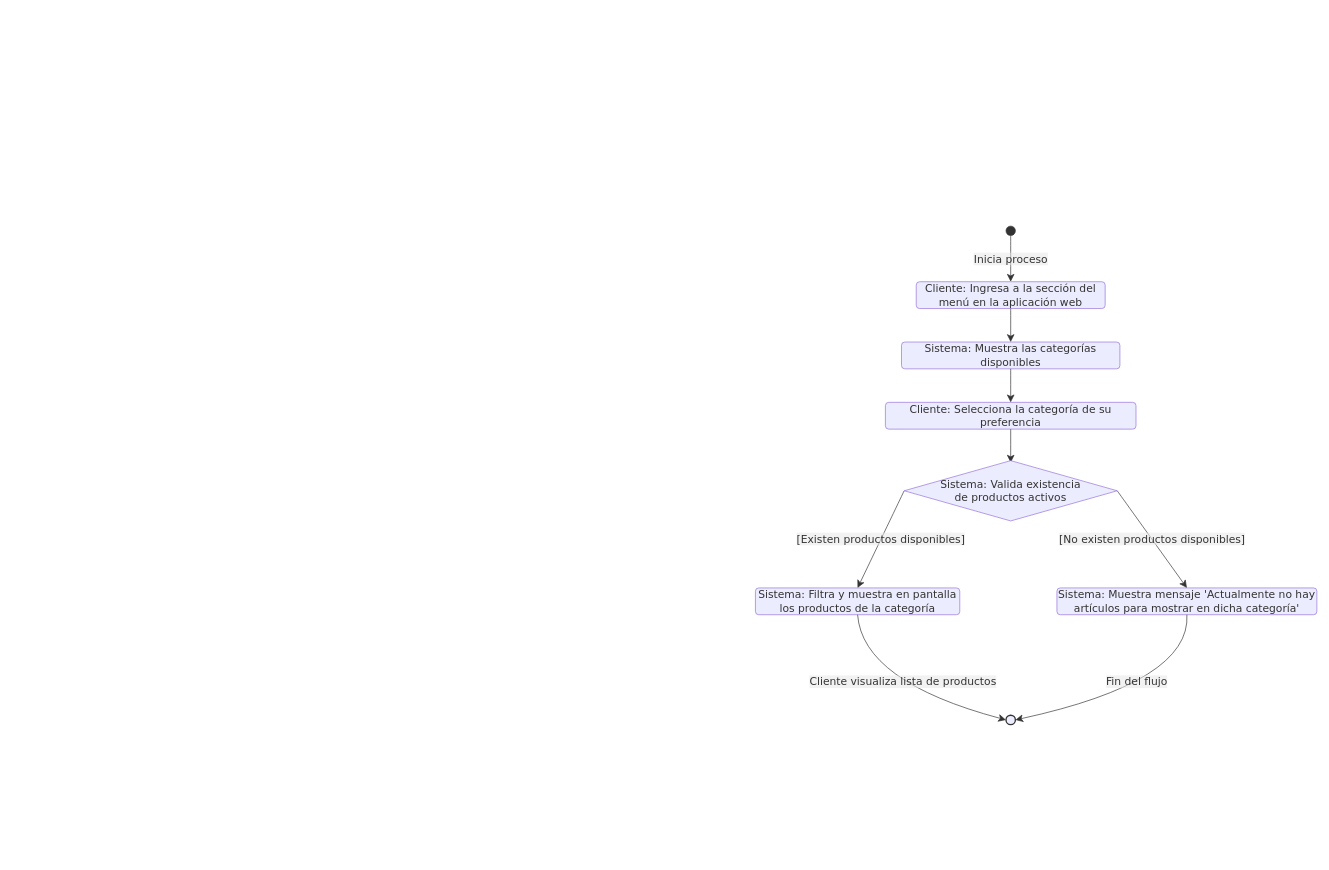
The draw.io diagram page "RF01" (1 of 14) of documentacion/Diagramas/Diagramas Casos de Uso.drawio in CanelaFeliz/ProyectoPPI115, before the edit. Source tidied: cells renumbered, new cells numbered last; positions are measured from the earlier drawing's top-left corner, leaving out a move shared by most shapes. Both pictures are drawn from the tidied source at 67%, with x=0, y=0 at pixel (755, 226).
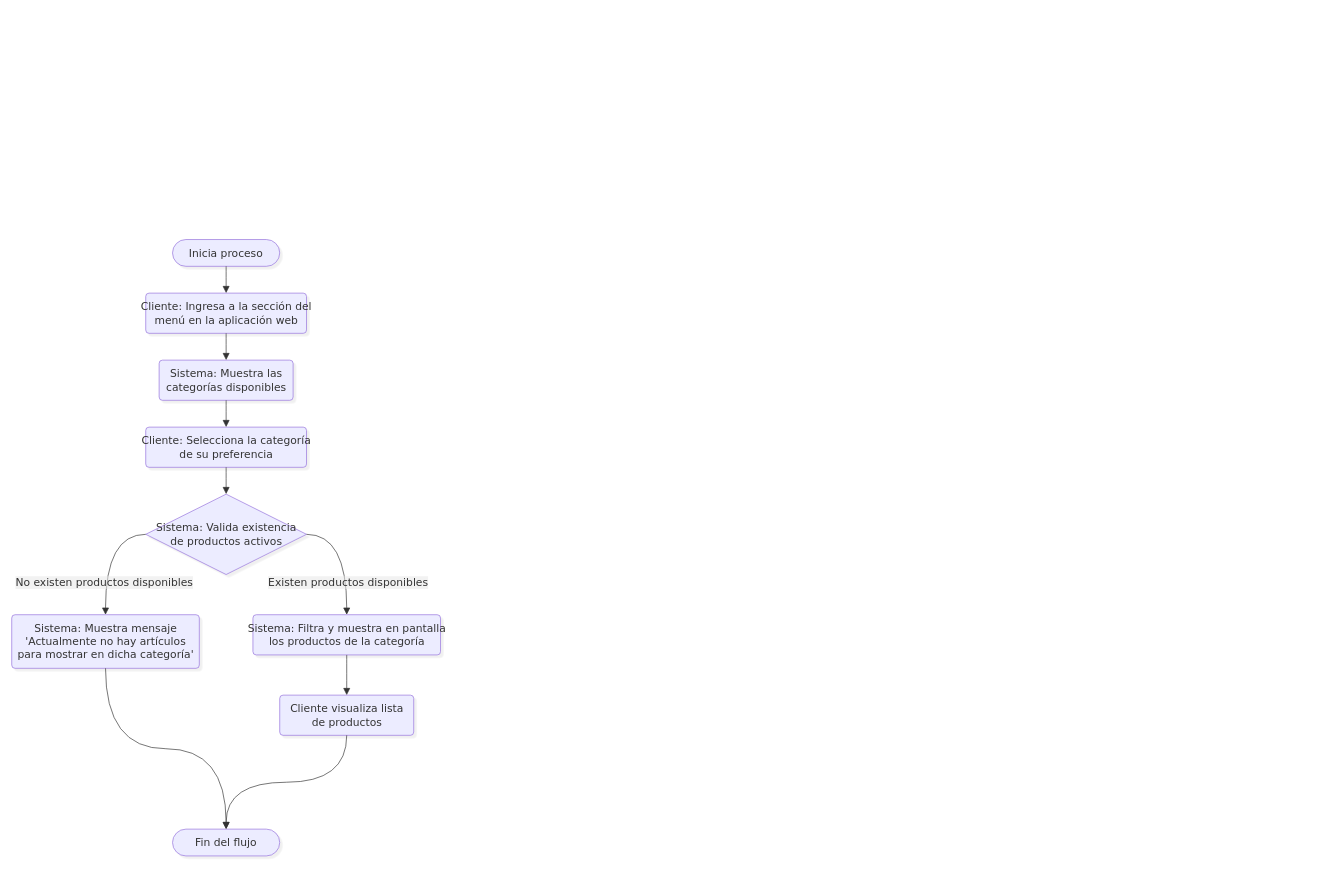
The same page after the edit.

Change to the diagram source:
```diff
@@
-    <mxCell id="2" style="group;" parent="1" vertex="1">
-      <mxGeometry width="838" height="744" as="geometry" />
-    </mxCell>
-    <mxCell id="3" style="ellipse;html=1;fillColor=light-dark(#333333,#cccccc);strokeColor=light-dark(#333333,#cccccc);fontColor=light-dark(#333333,#cccccc);fontFamily=Trebuchet MS,Verdana,Arial,sans-serif;fontSize=16;" parent="2" vertex="1">
-      <mxGeometry x="374" width="14" height="14" as="geometry" />
-    </mxCell>
+    <mxCell id="19" style="group;transparentBounds=1;editIcon=1;lockedGroup=0;groupPadding=10;" parent="1" vertex="1">
+      <mxGeometry x="-190" y="-320" as="geometry" />
+    </mxCell>
+    <mxCell id="10" value="Inicia proceso" style="html=1;rounded=1;whiteSpace=wrap;arcSize=50;strokeWidth=1;fillColor=light-dark(#ECECFF,#1f2020);strokeColor=light-dark(#9370DB,#cccccc);fontColor=light-dark(#333333,#cccccc);fontFamily=Trebuchet MS,Verdana,Arial,sans-serif;fontSize=16;shadow=1;shadowColor=#000000;shadowOffsetX=4;shadowOffsetY=4;shadowBlur=0;shadowOpacity=6;" parent="19" vertex="1">
+      <mxGeometry x="-680" y="340" width="160" height="40" as="geometry" />
+    </mxCell>
-    <mxCell id="4" value="Cliente: Ingresa a la sección del&lt;div&gt;menú en la aplicación web&lt;/div&gt;" style="rounded=1;absoluteArcSize=1;arcSize=10;html=1;whiteSpace=wrap;strokeWidth=1;fillColor=light-dark(#ECECFF,#1f2020);strokeColor=light-dark(#9370DB,#cccccc);fontColor=light-dark(#333333,#cccccc);fontFamily=Trebuchet MS,Verdana,Arial,sans-serif;fontSize=16;" parent="2" vertex="1">
-      <mxGeometry x="240" y="83" width="282" height="40" as="geometry" />
+    <mxCell id="4" value="Cliente: Ingresa a la sección del&lt;br&gt;menú en la aplicación web" style="rounded=1;absoluteArcSize=1;arcSize=10;strokeWidth=1;fillColor=light-dark(#ECECFF,#1f2020);strokeColor=light-dark(#9370DB,#cccccc);fontColor=light-dark(#333333,#cccccc);fontFamily=Trebuchet MS,Verdana,Arial,sans-serif;fontSize=16;shadow=1;shadowColor=#000000;shadowOffsetX=4;shadowOffsetY=4;shadowBlur=0;shadowOpacity=6;labelWidth=120;align=center;html=1;" parent="19" vertex="1">
+      <mxGeometry x="-720" y="420" width="240" height="60" as="geometry" />
     </mxCell>
-    <mxCell id="5" value="Sistema: Muestra las categorías disponibles" style="rounded=1;absoluteArcSize=1;arcSize=10;html=1;whiteSpace=wrap;strokeWidth=1;fillColor=light-dark(#ECECFF,#1f2020);strokeColor=light-dark(#9370DB,#cccccc);fontColor=light-dark(#333333,#cccccc);fontFamily=Trebuchet MS,Verdana,Arial,sans-serif;fontSize=16;" parent="2" vertex="1">
-      <mxGeometry x="218" y="173" width="326" height="40" as="geometry" />
+    <mxCell id="5" value="Sistema: Muestra las&lt;br&gt;categorías disponibles" style="rounded=1;absoluteArcSize=1;arcSize=10;html=1;strokeWidth=1;fillColor=light-dark(#ECECFF,#1f2020);strokeColor=light-dark(#9370DB,#cccccc);fontColor=light-dark(#333333,#cccccc);fontFamily=Trebuchet MS,Verdana,Arial,sans-serif;fontSize=16;shadow=1;shadowColor=#000000;shadowOffsetX=4;shadowOffsetY=4;shadowBlur=0;shadowOpacity=6;labelWidth=120;" parent="19" vertex="1">
+      <mxGeometry x="-700" y="520" width="200" height="60" as="geometry" />
     </mxCell>
-    <mxCell id="6" value="Cliente: Selecciona la categoría de su preferencia" style="rounded=1;absoluteArcSize=1;arcSize=10;html=1;whiteSpace=wrap;strokeWidth=1;fillColor=light-dark(#ECECFF,#1f2020);strokeColor=light-dark(#9370DB,#cccccc);fontColor=light-dark(#333333,#cccccc);fontFamily=Trebuchet MS,Verdana,Arial,sans-serif;fontSize=16;" parent="2" vertex="1">
-      <mxGeometry x="194" y="263" width="374" height="40" as="geometry" />
+    <mxCell id="6" value="Cliente: Selecciona la categoría&lt;br&gt;de su preferencia" style="rounded=1;absoluteArcSize=1;arcSize=10;html=1;strokeWidth=1;fillColor=light-dark(#ECECFF,#1f2020);strokeColor=light-dark(#9370DB,#cccccc);fontColor=light-dark(#333333,#cccccc);fontFamily=Trebuchet MS,Verdana,Arial,sans-serif;fontSize=16;shadow=1;shadowColor=#000000;shadowOffsetX=4;shadowOffsetY=4;shadowBlur=0;shadowOpacity=6;labelWidth=120;" parent="19" vertex="1">
+      <mxGeometry x="-720" y="620" width="240" height="60" as="geometry" />
     </mxCell>
+    <mxCell id="18" value="Sistema: Valida existencia&lt;br&gt;de productos activos" style="rhombus;html=1;strokeWidth=1;fillColor=light-dark(#ECECFF,#1f2020);strokeColor=light-dark(#9370DB,#cccccc);fontColor=light-dark(#333333,#cccccc);fontFamily=Trebuchet MS,Verdana,Arial,sans-serif;fontSize=16;shadow=1;shadowColor=#000000;shadowOffsetX=4;shadowOffsetY=4;shadowBlur=0;shadowOpacity=6;labelWidth=120;" parent="19" vertex="1">
+      <mxGeometry x="-720" y="720" width="240" height="120" as="geometry" />
+    </mxCell>
-    <mxCell id="7" value="Sistema: Filtra y muestra en pantalla&lt;div&gt;los productos de la categoría&lt;/div&gt;" style="rounded=1;absoluteArcSize=1;arcSize=10;html=1;whiteSpace=wrap;strokeWidth=1;fillColor=light-dark(#ECECFF,#1f2020);strokeColor=light-dark(#9370DB,#cccccc);fontColor=light-dark(#333333,#cccccc);fontFamily=Trebuchet MS,Verdana,Arial,sans-serif;fontSize=16;" parent="2" vertex="1">
-      <mxGeometry y="540" width="305" height="40" as="geometry" />
+    <mxCell id="7" value="Sistema: Filtra y muestra en pantalla&lt;br&gt;los productos de la categoría" style="rounded=1;absoluteArcSize=1;arcSize=10;html=1;strokeWidth=1;fillColor=light-dark(#ECECFF,#1f2020);strokeColor=light-dark(#9370DB,#cccccc);fontColor=light-dark(#333333,#cccccc);fontFamily=Trebuchet MS,Verdana,Arial,sans-serif;fontSize=16;shadow=1;shadowColor=#000000;shadowOffsetX=4;shadowOffsetY=4;shadowBlur=0;shadowOpacity=6;labelWidth=120;" parent="19" vertex="1">
+      <mxGeometry x="-560" y="900" width="280" height="60" as="geometry" />
     </mxCell>
-    <mxCell id="8" value="Sistema: Muestra mensaje 'Actualmente no hay&lt;div&gt;artículos&amp;nbsp;&lt;span style=&quot;background-color: transparent; color: light-dark(rgb(51, 51, 51), rgb(204, 204, 204));&quot;&gt;para mostrar en dicha categoría'&lt;/span&gt;&lt;/div&gt;" style="rounded=1;absoluteArcSize=1;arcSize=10;html=1;whiteSpace=wrap;strokeWidth=1;fillColor=light-dark(#ECECFF,#1f2020);strokeColor=light-dark(#9370DB,#cccccc);fontColor=light-dark(#333333,#cccccc);fontFamily=Trebuchet MS,Verdana,Arial,sans-serif;fontSize=16;" parent="2" vertex="1">
-      <mxGeometry x="450" y="540" width="388" height="40" as="geometry" />
+    <mxCell id="8" value="Sistema: Muestra mensaje&lt;br&gt;'Actualmente no hay artículos&lt;br&gt;para mostrar en dicha categoría'" style="rounded=1;absoluteArcSize=1;arcSize=10;html=1;strokeWidth=1;fillColor=light-dark(#ECECFF,#1f2020);strokeColor=light-dark(#9370DB,#cccccc);fontColor=light-dark(#333333,#cccccc);fontFamily=Trebuchet MS,Verdana,Arial,sans-serif;fontSize=16;shadow=1;shadowColor=#000000;shadowOffsetX=4;shadowOffsetY=4;shadowBlur=0;shadowOpacity=6;labelWidth=120;" parent="19" vertex="1">
+      <mxGeometry x="-920" y="900" width="280" height="80" as="geometry" />
     </mxCell>
-    <mxCell id="9" style="ellipse;html=1;fillColor=light-dark(#ECECFF,#1f2020);strokeColor=light-dark(#333333,#cccccc);strokeWidth=2;centerRadius=4;centerColor=light-dark(#9370DB,#cccccc);fontColor=light-dark(#333333,#cccccc);fontFamily=Trebuchet MS,Verdana,Arial,sans-serif;fontSize=16;" parent="2" vertex="1">
-      <mxGeometry x="374" y="730" width="14" height="14" as="geometry" />
-    </mxCell>
-    <mxCell id="10" value="Inicia proceso" style="curved=1;startArrow=none;endArrow=classic;endSize=9;fillColor=none;strokeColor=light-dark(#333333,#cccccc);html=1;fontSize=16;labelBackgroundColor=#E8E8E88D;fontFamily=Trebuchet MS,Verdana,Arial,sans-serif;fontColor=light-dark(#333333,#cccccc);exitX=0.5;exitY=1;entryX=0.5;entryY=0;rounded=0;" parent="2" edge="1" source="3" target="4">
-      <mxGeometry relative="1" as="geometry" />
-    </mxCell>
+    <mxCell id="16" value="Cliente visualiza lista&lt;br&gt;de productos" style="rounded=1;absoluteArcSize=1;arcSize=10;html=1;strokeWidth=1;fillColor=light-dark(#ECECFF,#1f2020);strokeColor=light-dark(#9370DB,#cccccc);fontColor=light-dark(#333333,#cccccc);fontFamily=Trebuchet MS,Verdana,Arial,sans-serif;fontSize=16;shadow=1;shadowColor=#000000;shadowOffsetX=4;shadowOffsetY=4;shadowBlur=0;shadowOpacity=6;labelWidth=120;" parent="19" vertex="1">
+      <mxGeometry x="-520" y="1020" width="200" height="60" as="geometry" />
+    </mxCell>
+    <mxCell id="17" value="Fin del flujo" style="html=1;rounded=1;whiteSpace=wrap;arcSize=50;strokeWidth=1;fillColor=light-dark(#ECECFF,#1f2020);strokeColor=light-dark(#9370DB,#cccccc);fontColor=light-dark(#333333,#cccccc);fontFamily=Trebuchet MS,Verdana,Arial,sans-serif;fontSize=16;shadow=1;shadowColor=#000000;shadowOffsetX=4;shadowOffsetY=4;shadowBlur=0;shadowOpacity=6;" parent="19" vertex="1">
+      <mxGeometry x="-680" y="1220" width="160" height="40" as="geometry" />
+    </mxCell>
+    <mxCell id="20" style="curved=1;startArrow=none;endArrow=block;endSize=8;strokeColor=light-dark(#333333,#cccccc);exitX=0.5;exitY=1;entryX=0.5;entryY=0;targetPerimeterSpacing=4;rounded=0;" parent="19" edge="1" source="10" target="4">
+      <mxGeometry relative="1" as="geometry" />
+    </mxCell>
-    <mxCell id="11" style="curved=1;startArrow=none;endArrow=classic;endSize=9;fillColor=none;strokeColor=light-dark(#333333,#cccccc);exitX=0.5;exitY=1;entryX=0.5;entryY=0;rounded=0;" parent="2" edge="1" source="4" target="5">
+    <mxCell id="11" style="curved=1;startArrow=none;endArrow=block;endSize=8;strokeColor=light-dark(#333333,#cccccc);exitX=0.5;exitY=1;entryX=0.5;entryY=0;targetPerimeterSpacing=4;rounded=0;" parent="19" edge="1" source="4" target="5">
       <mxGeometry relative="1" as="geometry" />
     </mxCell>
-    <mxCell id="12" style="curved=1;startArrow=none;endArrow=classic;endSize=9;fillColor=none;strokeColor=light-dark(#333333,#cccccc);exitX=0.5;exitY=1;entryX=0.5;entryY=0;rounded=0;" parent="2" edge="1" source="5" target="6">
+    <mxCell id="12" style="curved=1;startArrow=none;endArrow=block;endSize=8;strokeColor=light-dark(#333333,#cccccc);exitX=0.5;exitY=1;entryX=0.5;entryY=0;targetPerimeterSpacing=4;rounded=0;" parent="19" edge="1" source="5" target="6">
       <mxGeometry relative="1" as="geometry" />
     </mxCell>
-    <mxCell id="13" style="curved=1;startArrow=none;endArrow=classic;endSize=9;fillColor=none;strokeColor=light-dark(#333333,#cccccc);exitX=0.5;exitY=1;entryX=0.5;entryY=0;rounded=0;" parent="2" edge="1" source="6">
-      <mxGeometry relative="1" as="geometry">
-        <mxPoint x="381" y="353" as="targetPoint" />
-      </mxGeometry>
-    </mxCell>
+    <mxCell id="21" style="curved=1;startArrow=none;endArrow=block;endSize=8;strokeColor=light-dark(#333333,#cccccc);exitX=0.5;exitY=1;entryX=0.5;entryY=0;targetPerimeterSpacing=4;rounded=0;" parent="19" edge="1" source="6" target="18">
+      <mxGeometry relative="1" as="geometry" />
+    </mxCell>
-    <mxCell id="14" value="[Existen productos disponibles]" style="curved=1;startArrow=none;endArrow=classic;endSize=9;fillColor=none;strokeColor=light-dark(#333333,#cccccc);html=1;fontSize=16;labelBackgroundColor=#E8E8E88D;fontFamily=Trebuchet MS,Verdana,Arial,sans-serif;fontColor=light-dark(#333333,#cccccc);exitX=0;exitY=0.5;entryX=0.5;entryY=0;rounded=0;exitDx=0;exitDy=0;" parent="2" edge="1" source="18" target="7">
-      <mxGeometry relative="1" as="geometry" />
+    <mxCell id="14" value="Existen productos disponibles" style="startArrow=none;endArrow=block;endSize=8;strokeColor=light-dark(#333333,#cccccc);html=1;fontSize=16;labelBackgroundColor=light-dark(#E8E8E88D,#2a2a2a8D);fontFamily=Trebuchet MS,Verdana,Arial,sans-serif;fontColor=light-dark(#333333,#cccccc);exitX=1;exitY=0.5;entryX=0.5;entryY=0;targetPerimeterSpacing=4;rounded=0;exitDx=0;exitDy=0;edgeStyle=orthogonalEdgeStyle;curved=1;curveGeometry=1;" parent="19" edge="1" source="18" target="7">
+      <mxGeometry x="0.47" y="2" relative="1" as="geometry" />
     </mxCell>
-    <mxCell id="15" value="[No existen productos disponibles]" style="curved=1;startArrow=none;endArrow=classic;endSize=9;fillColor=none;strokeColor=light-dark(#333333,#cccccc);html=1;fontSize=16;labelBackgroundColor=#E8E8E88D;fontFamily=Trebuchet MS,Verdana,Arial,sans-serif;fontColor=light-dark(#333333,#cccccc);exitX=1;exitY=0.5;entryX=0.5;entryY=0;rounded=0;exitDx=0;exitDy=0;" parent="2" edge="1" source="18" target="8">
-      <mxGeometry relative="1" as="geometry" />
+    <mxCell id="15" value="No existen productos disponibles" style="curved=1;startArrow=none;endArrow=block;endSize=8;strokeColor=light-dark(#333333,#cccccc);html=1;fontSize=16;labelBackgroundColor=light-dark(#E8E8E88D,#2a2a2a8D);fontFamily=Trebuchet MS,Verdana,Arial,sans-serif;fontColor=light-dark(#333333,#cccccc);exitX=0;exitY=0.5;entryX=0.5;entryY=0;targetPerimeterSpacing=4;rounded=0;exitDx=0;exitDy=0;edgeStyle=orthogonalEdgeStyle;curveGeometry=1;" parent="19" edge="1" source="18" target="8">
+      <mxGeometry x="0.47" y="-2" relative="1" as="geometry" />
     </mxCell>
-    <mxCell id="16" value="Cliente visualiza lista de productos" style="curved=1;startArrow=none;endArrow=classic;endSize=9;fillColor=none;strokeColor=light-dark(#333333,#cccccc);html=1;fontSize=16;labelBackgroundColor=#E8E8E88D;fontFamily=Trebuchet MS,Verdana,Arial,sans-serif;fontColor=light-dark(#333333,#cccccc);entryX=0;entryY=0.43;rounded=0;exitX=0.5;exitY=1;exitDx=0;exitDy=0;" parent="2" edge="1" source="7" target="9">
-      <mxGeometry x="-0.02" y="15" relative="1" as="geometry">
-        <Array as="points">
-          <mxPoint x="160" y="680" />
-        </Array>
-      </mxGeometry>
-    </mxCell>
-    <mxCell id="17" value="Fin del flujo" style="curved=1;startArrow=none;endArrow=classic;endSize=9;fillColor=none;strokeColor=light-dark(#333333,#cccccc);html=1;fontSize=16;labelBackgroundColor=#E8E8E88D;fontFamily=Trebuchet MS,Verdana,Arial,sans-serif;fontColor=light-dark(#333333,#cccccc);exitX=0.5;exitY=1;entryX=1;entryY=0.43;rounded=0;" parent="2" edge="1" source="8" target="9">
-      <mxGeometry x="-0.03" y="-17" relative="1" as="geometry">
-        <Array as="points">
-          <mxPoint x="650" y="680" />
-        </Array>
-      </mxGeometry>
-    </mxCell>
-    <mxCell id="18" value="Sistema: Valida existencia&lt;div&gt;de productos activos&lt;/div&gt;" style="rhombus;html=1;strokeWidth=1;whiteSpace=wrap;fillColor=light-dark(#ECECFF,#1f2020);strokeColor=light-dark(#9370DB,#cccccc);fontColor=light-dark(#333333,#cccccc);fontFamily=Trebuchet MS,Verdana,Arial,sans-serif;fontSize=16;" parent="2" vertex="1">
-      <mxGeometry x="222" y="350" width="318" height="90" as="geometry" />
-    </mxCell>
+    <mxCell id="22" style="curved=1;startArrow=none;endArrow=block;endSize=8;strokeColor=light-dark(#333333,#cccccc);exitX=0.5;exitY=1;entryX=0.5;entryY=0;targetPerimeterSpacing=4;rounded=0;" parent="19" edge="1" source="7" target="16">
+      <mxGeometry relative="1" as="geometry" />
+    </mxCell>
+    <mxCell id="23" style="curved=1;startArrow=none;endArrow=block;endSize=8;strokeColor=light-dark(#333333,#cccccc);exitX=0.5;exitY=0.99;entryX=0.5;entryY=0;targetPerimeterSpacing=4;rounded=0;edgeStyle=orthogonalEdgeStyle;curveGeometry=1;entryDx=0;entryDy=0;" parent="19" edge="1" source="8" target="17">
+      <mxGeometry relative="1" as="geometry" />
+    </mxCell>
+    <mxCell id="24" style="curved=1;startArrow=none;endArrow=block;endSize=8;strokeColor=light-dark(#333333,#cccccc);exitX=0.5;exitY=1;entryX=0.5;entryY=0;targetPerimeterSpacing=4;rounded=0;edgeStyle=orthogonalEdgeStyle;curveGeometry=1;entryDx=0;entryDy=0;" parent="19" edge="1" source="16" target="17">
+      <mxGeometry x="-0.29" relative="1" as="geometry" />
+    </mxCell>
```
